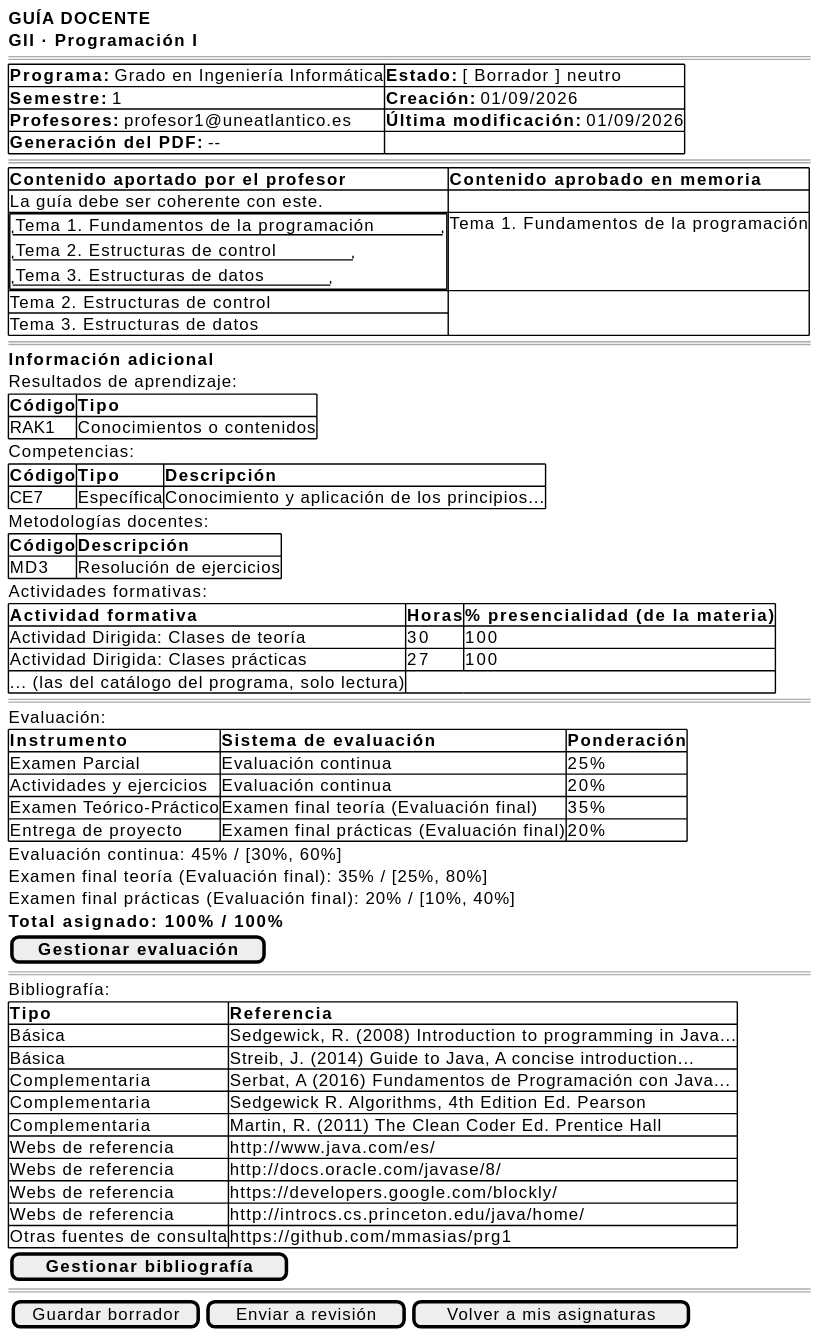
This is images/RUP/01-requisitos/03-detalle-casos-uso/abrirGuia/wireframe-profesor.svg from mmasias/pyCeldaPublico, a PlantUML export, as it was before one commit. Source of this version:
```plantuml
@startsalt abrirGuia-wireframe-profesor
{
    <b>GUÍA DOCENTE</b>
    <b>GII · Programación I</b>
    ====
    {#
        <b>Programa:</b> Grado en Ingeniería Informática | <b>Estado:</b> [ Borrador ] neutro
        <b>Semestre:</b> 1 | <b>Creación:</b> 01/09/2026
        <b>Profesores:</b> profesor1@uneatlantico.es | <b>Última modificación:</b> 01/09/2026
         | <b>Generación del PDF:</b> --
    }
    ====
    {#
        <b>Contenido aportado por el profesor</b> | <b>Contenido aprobado en memoria</b>
         | La guía debe ser coherente con este.
        {+
            "Tema 1. Fundamentos de la programación"
            "Tema 2. Estructuras de control"
            "Tema 3. Estructuras de datos"
        } | Tema 1. Fundamentos de la programación
        Tema 2. Estructuras de control
        Tema 3. Estructuras de datos
    }
    ====
    <b>Información adicional</b>
    Resultados de aprendizaje:
    {#
        <b>Código | <b>Tipo
        RAK1 | Conocimientos o contenidos
    }
    Competencias:
    {#
        <b>Código | <b>Tipo | <b>Descripción
        CE7 | Específica | Conocimiento y aplicación de los principios...
    }
    Metodologías docentes:
    {#
        <b>Código | <b>Descripción
        MD3 | Resolución de ejercicios
    }
    Actividades formativas:
    {#
        <b>Actividad formativa | <b>Horas | <b>% presencialidad (de la materia)
        Actividad Dirigida: Clases de teoría | 30 | 100
        Actividad Dirigida: Clases prácticas | 27 | 100
        ... (las del catálogo del programa, solo lectura) | |
    }
    ====
    Evaluación:
    {#
        <b>Instrumento | <b>Sistema de evaluación | <b>Ponderación
        Examen Parcial | Evaluación continua | 25%
        Actividades y ejercicios | Evaluación continua | 20%
        Examen Teórico-Práctico | Examen final teoría (Evaluación final) | 35%
        Entrega de proyecto | Examen final prácticas (Evaluación final) | 20%
    }
    Evaluación continua: 45% / [30%, 60%]
    Examen final teoría (Evaluación final): 35% / [25%, 80%]
    Examen final prácticas (Evaluación final): 20% / [10%, 40%]
    <b>Total asignado: 100% / 100%</b>
    [ <b>Gestionar evaluación</b> ]
    ====
    Bibliografía:
    {#
        <b>Tipo | <b>Referencia
        Básica | Sedgewick, R. (2008) Introduction to programming in Java...
        Básica | Streib, J. (2014) Guide to Java, A concise introduction...
        Complementaria | Serbat, A (2016) Fundamentos de Programación con Java...
        Complementaria | Sedgewick R. Algorithms, 4th Edition Ed. Pearson
        Complementaria | Martin, R. (2011) The Clean Coder Ed. Prentice Hall
        Webs de referencia | http://www.java.com/es/
        Webs de referencia | http://docs.oracle.com/javase/8/
        Webs de referencia | https://developers.google.com/blockly/
        Webs de referencia | http://introcs.cs.princeton.edu/java/home/
        Otras fuentes de consulta | https://github.com/mmasias/prg1
    }
    [ <b>Gestionar bibliografía</b> ]
    ====
    {[Guardar borrador] | [Enviar a revisión] | [Volver a mis asignaturas]}
}
@endsalt
```
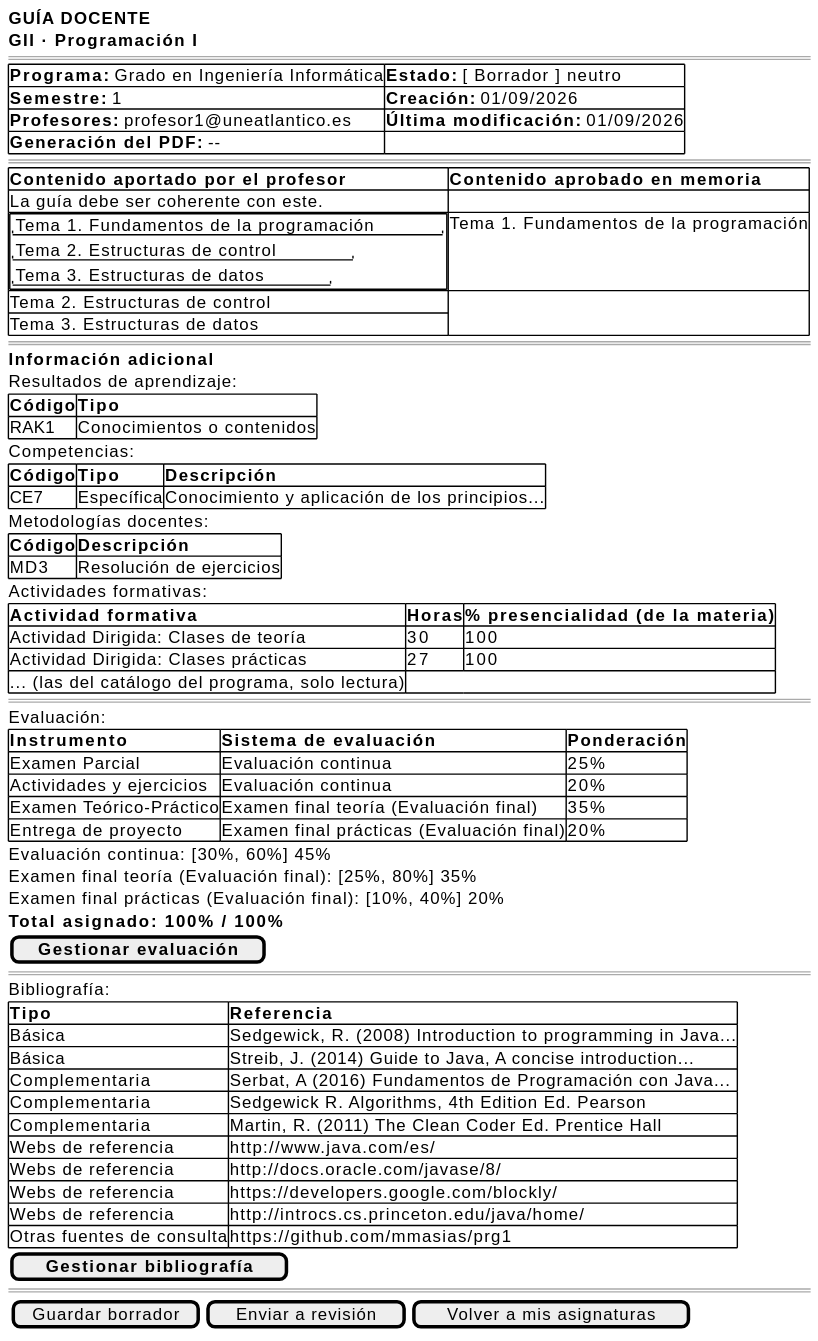
After the commit.

Diff of the diagram source:
```diff
@@ -54,9 +54,9 @@
         Examen Teórico-Práctico | Examen final teoría (Evaluación final) | 35%
         Entrega de proyecto | Examen final prácticas (Evaluación final) | 20%
     }
-    Evaluación continua: 45% / [30%, 60%]
-    Examen final teoría (Evaluación final): 35% / [25%, 80%]
-    Examen final prácticas (Evaluación final): 20% / [10%, 40%]
+    Evaluación continua: [30%, 60%] 45%
+    Examen final teoría (Evaluación final): [25%, 80%] 35%
+    Examen final prácticas (Evaluación final): [10%, 40%] 20%
     <b>Total asignado: 100% / 100%</b>
     [ <b>Gestionar evaluación</b> ]
     ====
```
